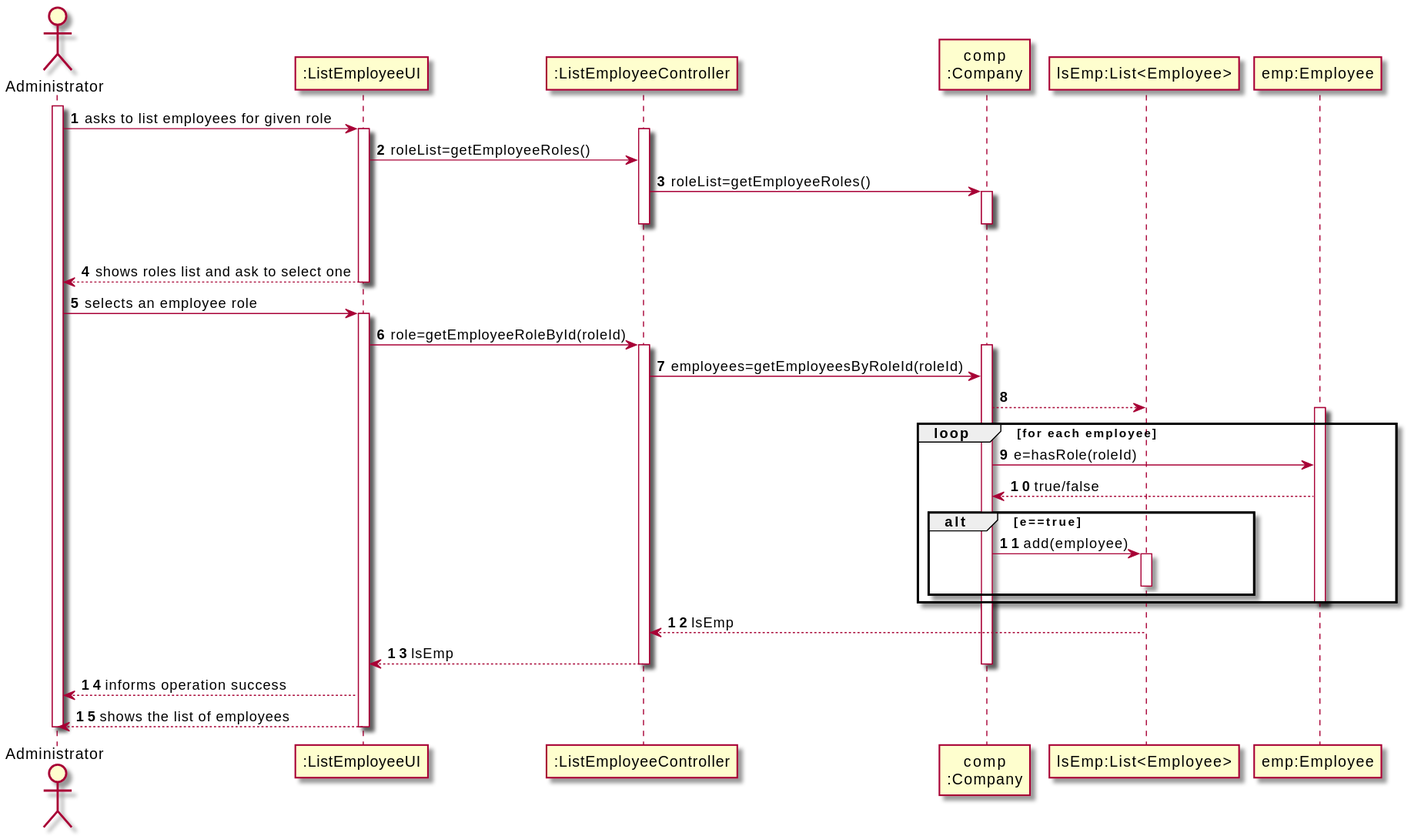
Above: docs/SprintB/US11/SD/US11_SD.svg in miseEnPlace-i/lapr2 (PlantUML), before the change.
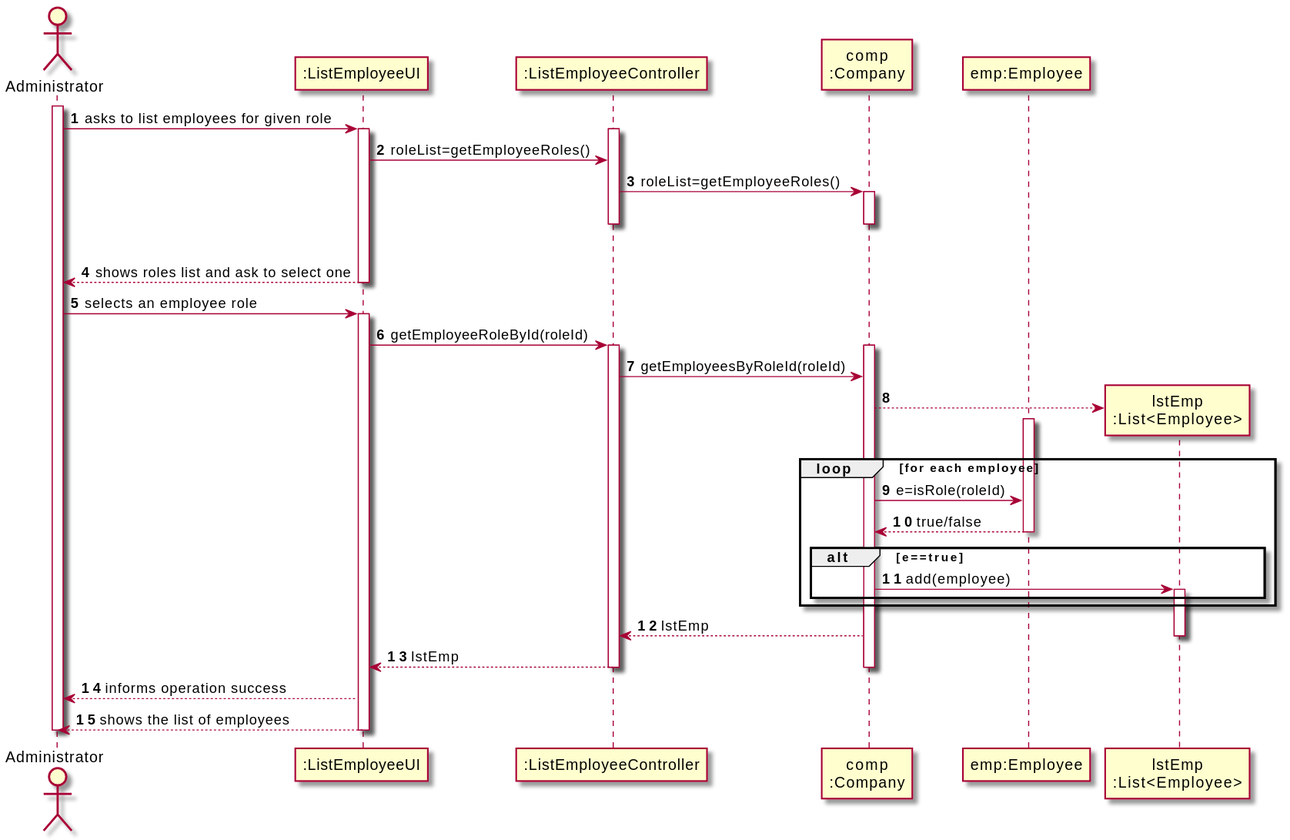
The same file after the commit.

Change to the diagram source:
```diff
@@ -5,7 +5,6 @@
 participant ":ListEmployeeUI" as UI
 participant ":ListEmployeeController" as CTRL
 participant "comp\n:Company" as COMP
-participant "lsEmp:List<Employee>" as LST
 participant "emp:Employee" as EMP
 
 activate ADM
@@ -26,27 +25,28 @@
 ADM -> UI : selects an employee role
 activate UI
 
-UI -> CTRL : role=getEmployeeRoleById(roleId)
+UI -> CTRL : getEmployeeRoleById(roleId)
 activate CTRL
 
 activate COMP
-CTRL -> COMP: employees=getEmployeesByRoleId(roleId)
+CTRL -> COMP: getEmployeesByRoleId(roleId)
+create "lstEmp\n:List<Employee>" as LST
 COMP --> LST
 
 loop for each employee
   activate EMP
-    COMP -> EMP: e=hasRole(roleId)
+    COMP -> EMP: e=isRole(roleId)
     EMP --> COMP: true/false
+  deactivate EMP
     alt e==true
         COMP -> LST: add(employee)
       activate LST
-      deactivate LST
     end
-  deactivate EMP
 end
 
-LST --> CTRL: lsEmp
-CTRL --> UI: lsEmp
+COMP --> CTRL: lstEmp
+deactivate LST
+CTRL --> UI: lstEmp
 
 deactivate COMP
 deactivate CTRL
```
